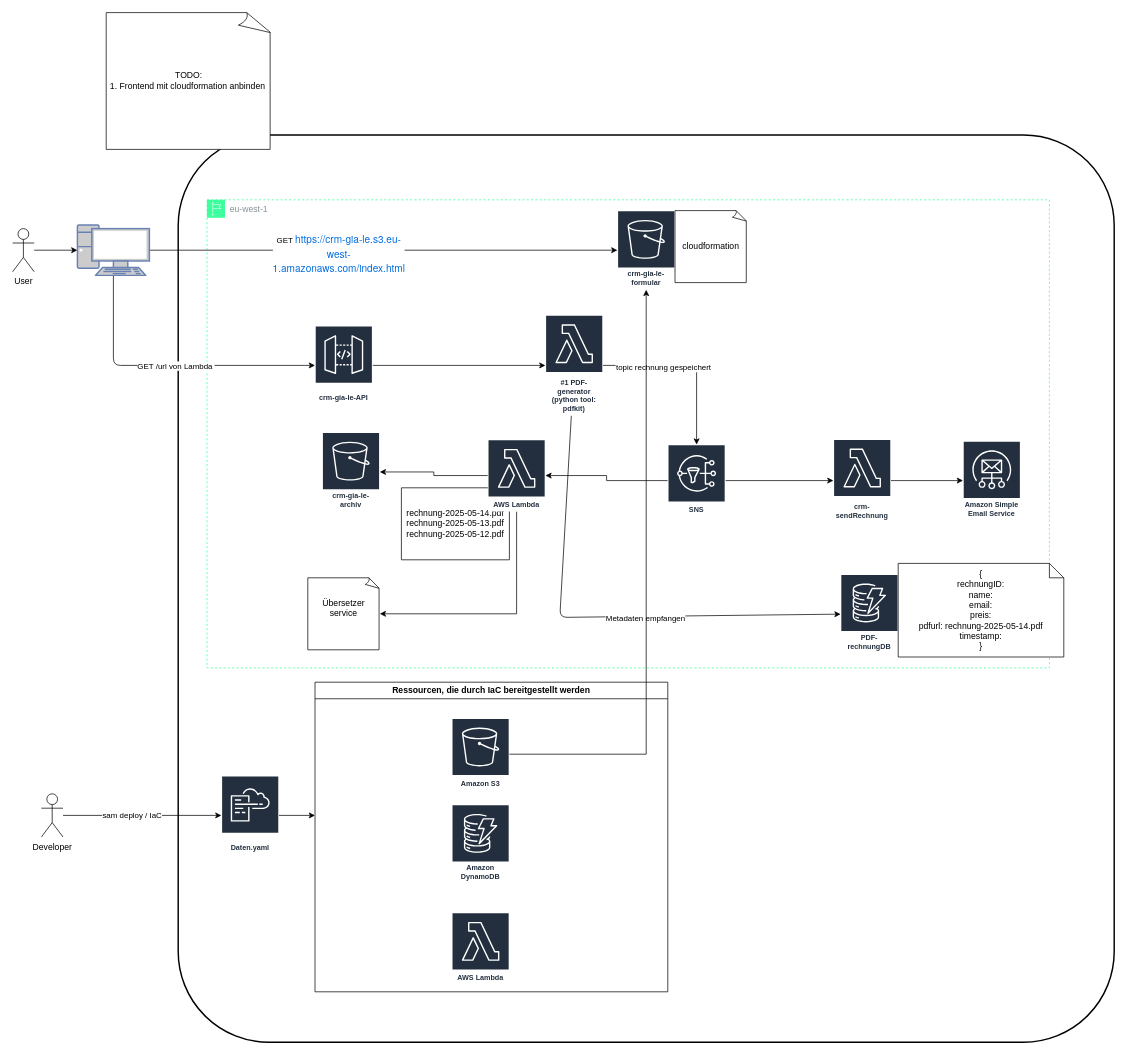
Above: crm-gia-le.drawio in LeGia179/AWS_CRM (draw.io), before the change. Source tidied: cells renumbered, new cells numbered last; positions are measured from the earlier drawing's top-left corner, leaving out a move shared by most shapes. Both pictures are drawn from the tidied source at 72%, with x=0, y=0 at pixel (12, 12).
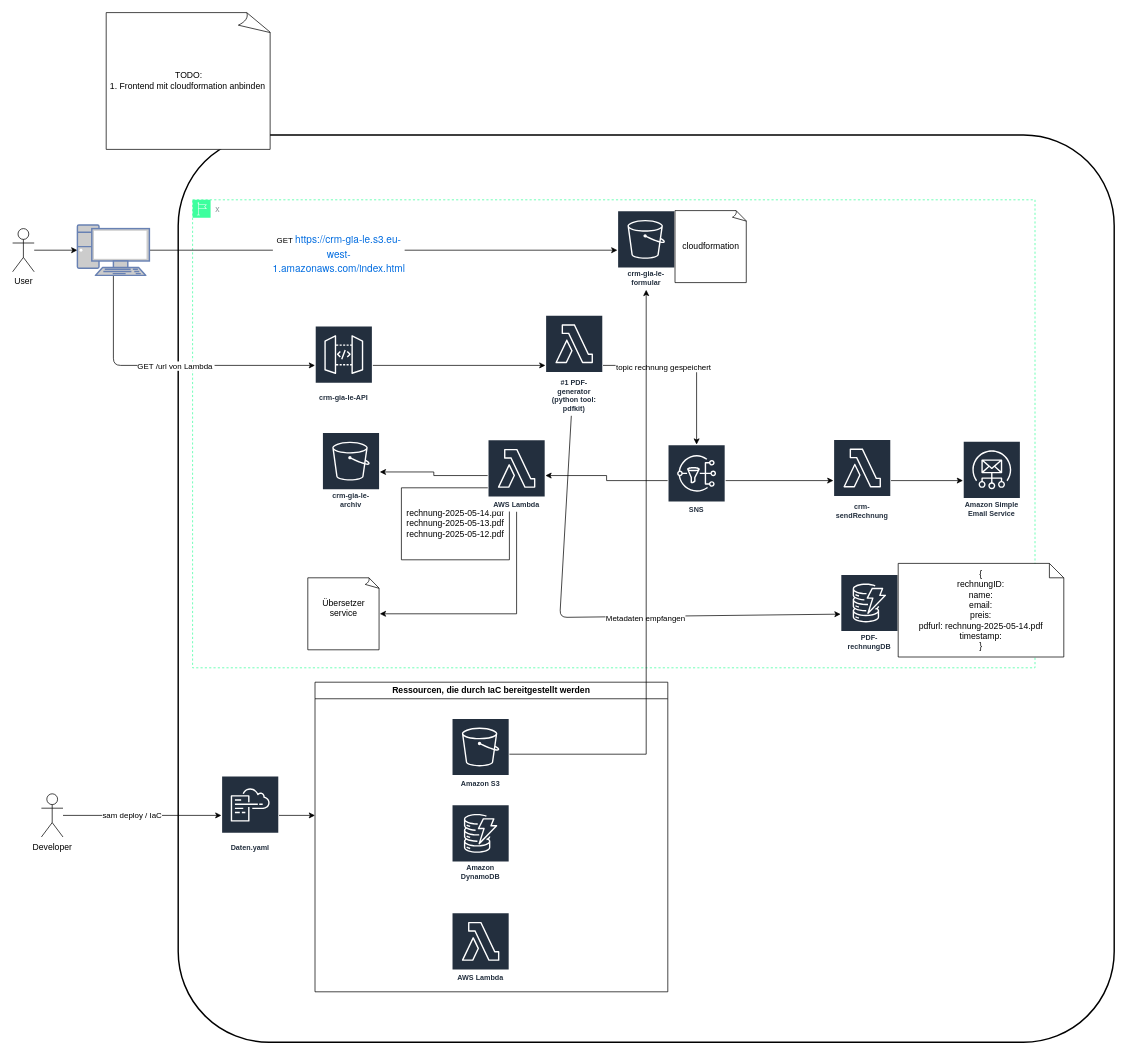
After the change.

Commit message (it also covers changes not shown here):
C&P Delete CloudFront from yamal

The edit, as a diff of the source:
```diff
@@
-    <mxCell id="6" value="eu-west-1" style="sketch=0;gradientColor=none;html=1;whiteSpace=wrap;fontSize=12;fontStyle=0;shape=mxgraph.aws4.group;grIcon=mxgraph.aws4.group_region;strokeColor=#3DFF9E;fillColor=none;verticalAlign=top;align=left;spacingLeft=30;fontColor=#879196;dashed=1;" parent="1" vertex="1">
-      <mxGeometry x="270" y="260" width="1170" height="650" as="geometry" />
+    <mxCell id="6" value="x" style="sketch=0;gradientColor=none;html=1;whiteSpace=wrap;fontSize=12;fontStyle=0;shape=mxgraph.aws4.group;grIcon=mxgraph.aws4.group_region;strokeColor=#3DFF9E;fillColor=none;verticalAlign=top;align=left;spacingLeft=30;fontColor=#879196;dashed=1;" parent="1" vertex="1">
+      <mxGeometry x="250" y="260" width="1170" height="650" as="geometry" />
     </mxCell>
```
